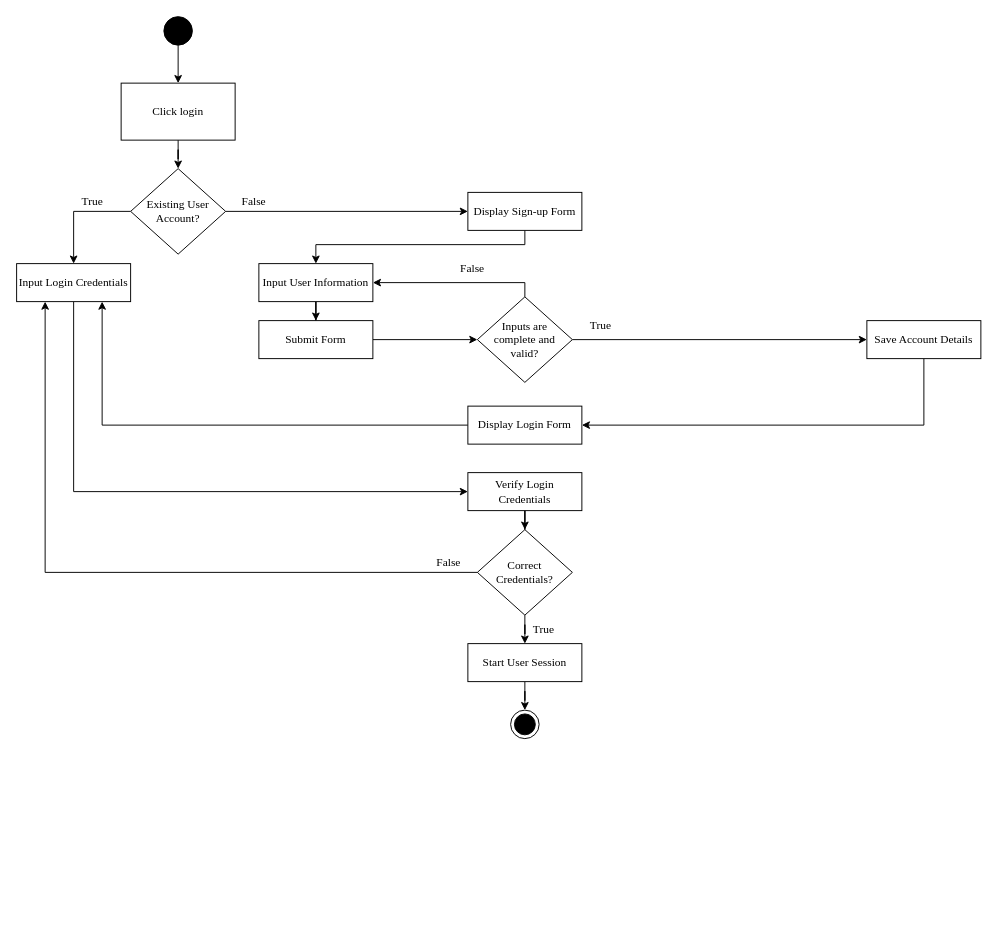
Above: page "AccountLoginCreation" (5 of 13) of ConnexUs_Chap3.drawio in gvillanueva01/ConnexUs_diagrams (draw.io), before the change. Source tidied: cells renumbered, new cells numbered last; positions are measured from the earlier drawing's top-left corner, leaving out a move shared by most shapes. Both pictures are drawn from the tidied source at 95%, with x=0, y=0 at pixel (16, 16).
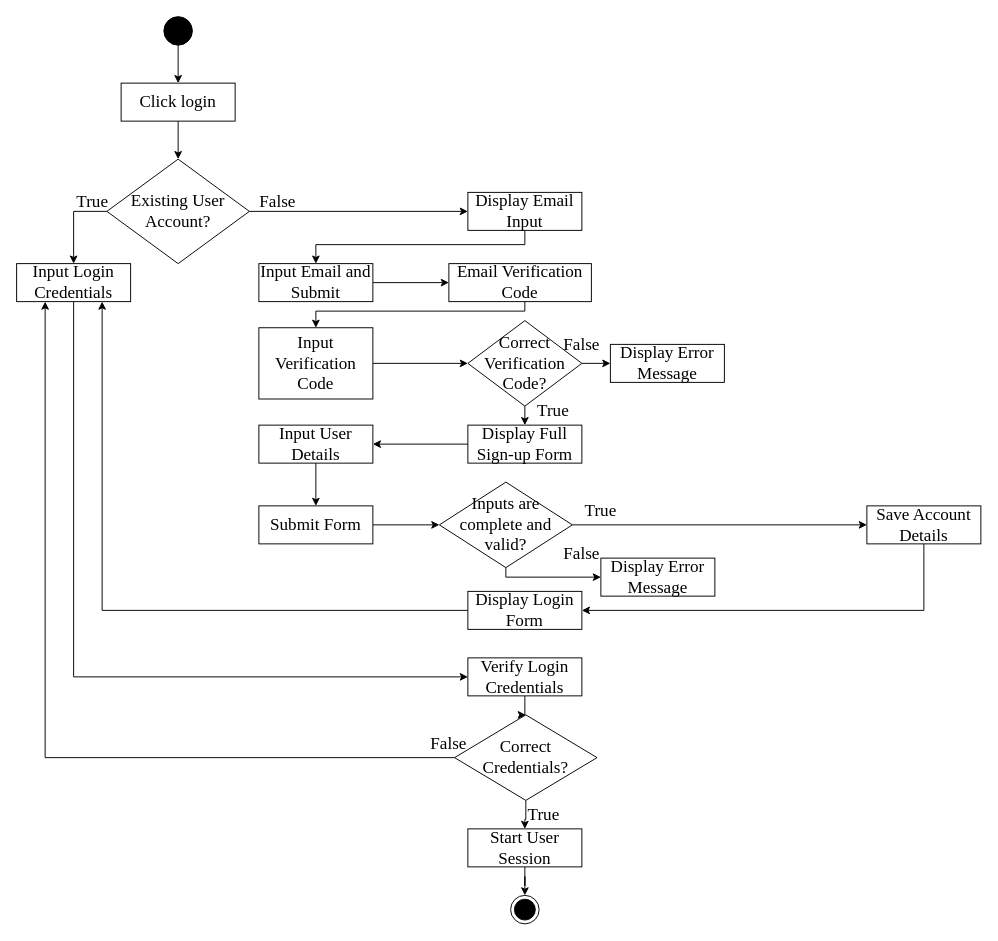
The same diagram, later.

Change to the diagram source:
```diff
@@
-    <mxCell id="2" style="edgeStyle=orthogonalEdgeStyle;rounded=0;jettySize=auto;html=1;entryX=0.5;entryY=0;entryDx=0;entryDy=0;" parent="1" edge="1" source="3" target="5">
+    <mxCell id="2" style="edgeStyle=orthogonalEdgeStyle;rounded=0;jettySize=auto;html=1;entryX=0.5;entryY=0;entryDx=0;entryDy=0;fontSize=18;" parent="1" edge="1" source="3" target="5">
       <mxGeometry relative="1" as="geometry" />
     </mxCell>
-    <mxCell id="3" style="ellipse;fillColor=strokeColor;html=1;" parent="1" vertex="1">
+    <mxCell id="3" style="ellipse;fillColor=strokeColor;html=1;fontSize=18;" parent="1" vertex="1">
       <mxGeometry x="155" width="30" height="30" as="geometry" />
     </mxCell>
-    <mxCell id="4" style="edgeStyle=orthogonalEdgeStyle;rounded=0;jettySize=auto;html=1;entryX=0.5;entryY=0;entryDx=0;entryDy=0;" parent="1" edge="1" source="5" target="13">
+    <mxCell id="4" style="edgeStyle=orthogonalEdgeStyle;rounded=0;jettySize=auto;html=1;entryX=0.5;entryY=0;entryDx=0;entryDy=0;fontSize=18;" parent="1" edge="1" source="5" target="13">
       <mxGeometry relative="1" as="geometry" />
     </mxCell>
-    <mxCell id="5" value="Click login" style="rounded=0;whiteSpace=wrap;html=1;fontFamily=Times New Roman;" parent="1" vertex="1">
-      <mxGeometry x="110" y="70" width="120" height="60" as="geometry" />
+    <mxCell id="5" value="Click login" style="rounded=0;whiteSpace=wrap;html=1;fontFamily=Times New Roman;fontSize=18;" parent="1" vertex="1">
+      <mxGeometry x="110" y="70" width="120" height="40" as="geometry" />
     </mxCell>
-    <mxCell id="6" style="edgeStyle=orthogonalEdgeStyle;rounded=0;jettySize=auto;html=1;entryX=1;entryY=0.5;entryDx=0;entryDy=0;" parent="1" edge="1" source="7" target="30">
+    <mxCell id="6" style="edgeStyle=orthogonalEdgeStyle;rounded=0;jettySize=auto;html=1;entryX=1;entryY=0.5;entryDx=0;entryDy=0;fontSize=18;" parent="1" edge="1" source="7" target="30">
       <mxGeometry relative="1" as="geometry">
         <Array as="points">
-          <mxPoint x="955" y="430" />
+          <mxPoint x="955" y="625" />
         </Array>
       </mxGeometry>
     </mxCell>
-    <mxCell id="7" value="Save Account Details" style="rounded=0;whiteSpace=wrap;html=1;fontFamily=Times New Roman;" parent="1" vertex="1">
-      <mxGeometry x="895" y="320" width="120" height="40" as="geometry" />
+    <mxCell id="7" value="Save Account Details" style="rounded=0;whiteSpace=wrap;html=1;fontFamily=Times New Roman;fontSize=18;" parent="1" vertex="1">
+      <mxGeometry x="895" y="515" width="120" height="40" as="geometry" />
     </mxCell>
-    <mxCell id="8" style="edgeStyle=orthogonalEdgeStyle;rounded=0;jettySize=auto;html=1;entryX=0.25;entryY=1;entryDx=0;entryDy=0;" parent="1" edge="1" source="10" target="17">
+    <mxCell id="8" style="edgeStyle=orthogonalEdgeStyle;rounded=0;jettySize=auto;html=1;entryX=0.25;entryY=1;entryDx=0;entryDy=0;fontSize=18;" parent="1" edge="1" source="10" target="17">
       <mxGeometry relative="1" as="geometry" />
     </mxCell>
-    <mxCell id="9" style="edgeStyle=orthogonalEdgeStyle;rounded=0;jettySize=auto;html=1;entryX=0.5;entryY=0;entryDx=0;entryDy=0;" parent="1" edge="1" source="10" target="21">
+    <mxCell id="9" style="edgeStyle=orthogonalEdgeStyle;rounded=0;jettySize=auto;html=1;entryX=0.5;entryY=0;entryDx=0;entryDy=0;fontSize=18;" parent="1" edge="1" source="10" target="21">
       <mxGeometry relative="1" as="geometry" />
     </mxCell>
-    <mxCell id="10" value="&lt;font face=&quot;Times New Roman&quot;&gt;Correct Credentials?&lt;/font&gt;" style="shape=rhombus;html=1;dashed=0;whiteSpace=wrap;perimeter=rhombusPerimeter;" parent="1" vertex="1">
-      <mxGeometry x="485" y="540" width="100" height="90" as="geometry" />
+    <mxCell id="10" value="&lt;font face=&quot;Times New Roman&quot; style=&quot;font-size: 18px;&quot;&gt;Correct Credentials?&lt;/font&gt;" style="shape=rhombus;html=1;dashed=0;whiteSpace=wrap;perimeter=rhombusPerimeter;fontSize=18;" parent="1" vertex="1">
+      <mxGeometry x="461" y="735" width="150" height="90" as="geometry" />
     </mxCell>
-    <mxCell id="11" style="edgeStyle=orthogonalEdgeStyle;rounded=0;jettySize=auto;html=1;exitX=0;exitY=0.5;exitDx=0;exitDy=0;" parent="1" edge="1" source="13" target="17">
+    <mxCell id="11" style="edgeStyle=orthogonalEdgeStyle;rounded=0;jettySize=auto;html=1;exitX=0;exitY=0.5;exitDx=0;exitDy=0;fontSize=18;" parent="1" edge="1" source="13" target="17">
       <mxGeometry relative="1" as="geometry" />
     </mxCell>
-    <mxCell id="12" style="edgeStyle=orthogonalEdgeStyle;rounded=0;jettySize=auto;html=1;" parent="1" edge="1" source="13" target="15">
+    <mxCell id="12" style="edgeStyle=orthogonalEdgeStyle;rounded=0;jettySize=auto;html=1;fontSize=18;" parent="1" edge="1" source="13" target="15">
       <mxGeometry relative="1" as="geometry" />
     </mxCell>
-    <mxCell id="13" value="&lt;font face=&quot;Times New Roman&quot;&gt;Existing User Account?&lt;/font&gt;" style="shape=rhombus;html=1;dashed=0;whiteSpace=wrap;perimeter=rhombusPerimeter;" parent="1" vertex="1">
-      <mxGeometry x="120" y="160" width="100" height="90" as="geometry" />
+    <mxCell id="13" value="&lt;font face=&quot;Times New Roman&quot; style=&quot;font-size: 18px;&quot;&gt;Existing User Account?&lt;/font&gt;" style="shape=rhombus;html=1;dashed=0;whiteSpace=wrap;perimeter=rhombusPerimeter;fontSize=18;" parent="1" vertex="1">
+      <mxGeometry x="95" y="150" width="150" height="110" as="geometry" />
     </mxCell>
-    <mxCell id="14" style="edgeStyle=orthogonalEdgeStyle;rounded=0;jettySize=auto;html=1;entryX=0.5;entryY=0;entryDx=0;entryDy=0;" parent="1" edge="1" source="15" target="26">
+    <mxCell id="14" style="edgeStyle=orthogonalEdgeStyle;rounded=0;jettySize=auto;html=1;entryX=0.5;entryY=0;entryDx=0;entryDy=0;fontSize=18;" parent="1" edge="1" source="15" target="26">
       <mxGeometry relative="1" as="geometry">
         <Array as="points">
           <mxPoint x="535" y="240" />
           <mxPoint x="315" y="240" />
         </Array>
       </mxGeometry>
     </mxCell>
-    <mxCell id="15" value="Display Sign-up Form" style="rounded=0;whiteSpace=wrap;html=1;fontFamily=Times New Roman;" parent="1" vertex="1">
+    <mxCell id="15" value="Display Email Input" style="rounded=0;whiteSpace=wrap;html=1;fontFamily=Times New Roman;fontSize=18;" parent="1" vertex="1">
       <mxGeometry x="475" y="185" width="120" height="40" as="geometry" />
     </mxCell>
-    <mxCell id="16" style="edgeStyle=orthogonalEdgeStyle;rounded=0;jettySize=auto;html=1;entryX=0;entryY=0.5;entryDx=0;entryDy=0;" parent="1" edge="1" source="17" target="19">
+    <mxCell id="16" style="edgeStyle=orthogonalEdgeStyle;rounded=0;jettySize=auto;html=1;entryX=0;entryY=0.5;entryDx=0;entryDy=0;fontSize=18;" parent="1" edge="1" source="17" target="19">
       <mxGeometry relative="1" as="geometry">
         <Array as="points">
-          <mxPoint x="60" y="500" />
+          <mxPoint x="60" y="695" />
         </Array>
       </mxGeometry>
     </mxCell>
-    <mxCell id="17" value="Input Login Credentials" style="rounded=0;whiteSpace=wrap;html=1;fontFamily=Times New Roman;" parent="1" vertex="1">
+    <mxCell id="17" value="Input Login Credentials" style="rounded=0;whiteSpace=wrap;html=1;fontFamily=Times New Roman;fontSize=18;" parent="1" vertex="1">
       <mxGeometry y="260" width="120" height="40" as="geometry" />
     </mxCell>
-    <mxCell id="18" style="edgeStyle=orthogonalEdgeStyle;rounded=0;jettySize=auto;html=1;entryX=0.5;entryY=0;entryDx=0;entryDy=0;" parent="1" edge="1" source="19" target="10">
+    <mxCell id="18" style="edgeStyle=orthogonalEdgeStyle;rounded=0;jettySize=auto;html=1;entryX=0.5;entryY=0;entryDx=0;entryDy=0;fontSize=18;" parent="1" edge="1" source="19" target="10">
       <mxGeometry relative="1" as="geometry" />
     </mxCell>
-    <mxCell id="19" value="Verify Login Credentials" style="rounded=0;whiteSpace=wrap;html=1;fontFamily=Times New Roman;" parent="1" vertex="1">
-      <mxGeometry x="475" y="480" width="120" height="40" as="geometry" />
+    <mxCell id="19" value="Verify Login Credentials" style="rounded=0;whiteSpace=wrap;html=1;fontFamily=Times New Roman;fontSize=18;" parent="1" vertex="1">
+      <mxGeometry x="475" y="675" width="120" height="40" as="geometry" />
     </mxCell>
-    <mxCell id="20" style="edgeStyle=orthogonalEdgeStyle;rounded=0;jettySize=auto;html=1;" parent="1" edge="1" source="21" target="31">
+    <mxCell id="20" style="edgeStyle=orthogonalEdgeStyle;rounded=0;jettySize=auto;html=1;fontSize=18;" parent="1" edge="1" source="21" target="31">
       <mxGeometry relative="1" as="geometry" />
     </mxCell>
-    <mxCell id="21" value="Start User Session" style="rounded=0;whiteSpace=wrap;html=1;fontFamily=Times New Roman;" parent="1" vertex="1">
-      <mxGeometry x="475" y="660" width="120" height="40" as="geometry" />
+    <mxCell id="21" value="Start User Session" style="rounded=0;whiteSpace=wrap;html=1;fontFamily=Times New Roman;fontSize=18;" parent="1" vertex="1">
+      <mxGeometry x="475" y="855" width="120" height="40" as="geometry" />
     </mxCell>
-    <mxCell id="22" style="edgeStyle=orthogonalEdgeStyle;rounded=0;jettySize=auto;html=1;entryX=1;entryY=0.5;entryDx=0;entryDy=0;" parent="1" edge="1" source="24" target="26">
-      <mxGeometry relative="1" as="geometry">
-        <Array as="points">
-          <mxPoint x="535" y="280" />
-        </Array>
-      </mxGeometry>
-    </mxCell>
-    <mxCell id="23" style="edgeStyle=orthogonalEdgeStyle;rounded=0;jettySize=auto;html=1;entryX=0;entryY=0.5;entryDx=0;entryDy=0;" parent="1" edge="1" source="24" target="7">
+    <mxCell id="23" style="edgeStyle=orthogonalEdgeStyle;rounded=0;jettySize=auto;html=1;entryX=0;entryY=0.5;entryDx=0;entryDy=0;fontSize=18;" parent="1" edge="1" source="24" target="7">
       <mxGeometry relative="1" as="geometry" />
     </mxCell>
+    <mxCell id="38" style="edgeStyle=orthogonalEdgeStyle;rounded=0;jettySize=auto;html=1;exitX=0.5;exitY=1;exitDx=0;exitDy=0;entryX=0;entryY=0.5;entryDx=0;entryDy=0;fontSize=18;" parent="1" edge="1" source="24" target="55">
+      <mxGeometry relative="1" as="geometry">
+        <Array as="points">
+          <mxPoint x="535" y="590" />
+          <mxPoint x="615" y="590" />
+        </Array>
+      </mxGeometry>
+    </mxCell>
-    <mxCell id="24" value="&lt;font face=&quot;Times New Roman&quot;&gt;Inputs are&lt;br&gt;complete and &lt;br&gt;valid?&lt;/font&gt;" style="shape=rhombus;html=1;dashed=0;whiteSpace=wrap;perimeter=rhombusPerimeter;" parent="1" vertex="1">
-      <mxGeometry x="485" y="295" width="100" height="90" as="geometry" />
+    <mxCell id="24" value="&lt;font face=&quot;Times New Roman&quot; style=&quot;font-size: 18px;&quot;&gt;Inputs are&lt;br style=&quot;font-size: 18px;&quot;&gt;complete and &lt;br style=&quot;font-size: 18px;&quot;&gt;valid?&lt;/font&gt;" style="shape=rhombus;html=1;dashed=0;whiteSpace=wrap;perimeter=rhombusPerimeter;fontSize=18;" parent="1" vertex="1">
+      <mxGeometry x="445" y="490" width="140" height="90" as="geometry" />
     </mxCell>
-    <mxCell id="25" style="edgeStyle=orthogonalEdgeStyle;rounded=0;jettySize=auto;html=1;" parent="1" edge="1" source="26" target="28">
-      <mxGeometry relative="1" as="geometry" />
-    </mxCell>
+    <mxCell id="39" style="edgeStyle=orthogonalEdgeStyle;rounded=0;jettySize=auto;html=1;entryX=0;entryY=0.5;entryDx=0;entryDy=0;fontSize=18;" parent="1" edge="1" source="26" target="41">
+      <mxGeometry relative="1" as="geometry" />
+    </mxCell>
-    <mxCell id="26" value="Input User Information" style="rounded=0;whiteSpace=wrap;html=1;fontFamily=Times New Roman;" parent="1" vertex="1">
+    <mxCell id="26" value="Input Email and Submit" style="rounded=0;whiteSpace=wrap;html=1;fontFamily=Times New Roman;fontSize=18;" parent="1" vertex="1">
       <mxGeometry x="255" y="260" width="120" height="40" as="geometry" />
     </mxCell>
-    <mxCell id="27" style="edgeStyle=orthogonalEdgeStyle;rounded=0;jettySize=auto;html=1;entryX=0;entryY=0.5;entryDx=0;entryDy=0;" parent="1" edge="1" source="28" target="24">
+    <mxCell id="27" style="edgeStyle=orthogonalEdgeStyle;rounded=0;jettySize=auto;html=1;entryX=0;entryY=0.5;entryDx=0;entryDy=0;fontSize=18;" parent="1" edge="1" source="28" target="24">
       <mxGeometry relative="1" as="geometry" />
     </mxCell>
-    <mxCell id="28" value="Submit Form" style="rounded=0;whiteSpace=wrap;html=1;fontFamily=Times New Roman;" parent="1" vertex="1">
-      <mxGeometry x="255" y="320" width="120" height="40" as="geometry" />
+    <mxCell id="28" value="Submit Form" style="rounded=0;whiteSpace=wrap;html=1;fontFamily=Times New Roman;fontSize=18;" parent="1" vertex="1">
+      <mxGeometry x="255" y="515" width="120" height="40" as="geometry" />
     </mxCell>
-    <mxCell id="29" style="edgeStyle=orthogonalEdgeStyle;rounded=0;jettySize=auto;html=1;entryX=0.75;entryY=1;entryDx=0;entryDy=0;" parent="1" edge="1" source="30" target="17">
+    <mxCell id="29" style="edgeStyle=orthogonalEdgeStyle;rounded=0;jettySize=auto;html=1;entryX=0.75;entryY=1;entryDx=0;entryDy=0;fontSize=18;" parent="1" edge="1" source="30" target="17">
       <mxGeometry relative="1" as="geometry" />
     </mxCell>
-    <mxCell id="30" value="Display Login Form" style="rounded=0;whiteSpace=wrap;html=1;fontFamily=Times New Roman;" parent="1" vertex="1">
-      <mxGeometry x="475" y="410" width="120" height="40" as="geometry" />
+    <mxCell id="30" value="Display Login Form" style="rounded=0;whiteSpace=wrap;html=1;fontFamily=Times New Roman;fontSize=18;" parent="1" vertex="1">
+      <mxGeometry x="475" y="605" width="120" height="40" as="geometry" />
     </mxCell>
-    <mxCell id="31" style="ellipse;html=1;shape=endState;fillColor=strokeColor;" parent="1" vertex="1">
-      <mxGeometry x="520" y="730" width="30" height="30" as="geometry" />
+    <mxCell id="31" style="ellipse;html=1;shape=endState;fillColor=strokeColor;fontSize=18;" parent="1" vertex="1">
+      <mxGeometry x="520" y="925" width="30" height="30" as="geometry" />
     </mxCell>
-    <mxCell id="32" value="False" style="text;html=1;strokeColor=none;fillColor=none;align=center;verticalAlign=middle;whiteSpace=wrap;rounded=0;fontFamily=Times New Roman;" parent="1" vertex="1">
-      <mxGeometry x="220" y="180" width="60" height="30" as="geometry" />
+    <mxCell id="32" value="False" style="text;html=1;strokeColor=none;fillColor=none;align=center;verticalAlign=middle;whiteSpace=wrap;rounded=0;fontFamily=Times New Roman;fontSize=18;" parent="1" vertex="1">
+      <mxGeometry x="245" y="180" width="60" height="30" as="geometry" />
     </mxCell>
-    <mxCell id="33" value="True" style="text;html=1;strokeColor=none;fillColor=none;align=center;verticalAlign=middle;whiteSpace=wrap;rounded=0;fontFamily=Times New Roman;" parent="1" vertex="1">
+    <mxCell id="33" value="True" style="text;html=1;strokeColor=none;fillColor=none;align=center;verticalAlign=middle;whiteSpace=wrap;rounded=0;fontFamily=Times New Roman;fontSize=18;" parent="1" vertex="1">
       <mxGeometry x="50" y="180" width="60" height="30" as="geometry" />
     </mxCell>
-    <mxCell id="34" value="False" style="text;html=1;strokeColor=none;fillColor=none;align=center;verticalAlign=middle;whiteSpace=wrap;rounded=0;fontFamily=Times New Roman;" parent="1" vertex="1">
-      <mxGeometry x="450" y="250" width="60" height="30" as="geometry" />
-    </mxCell>
-    <mxCell id="35" value="True" style="text;html=1;strokeColor=none;fillColor=none;align=center;verticalAlign=middle;whiteSpace=wrap;rounded=0;fontFamily=Times New Roman;" parent="1" vertex="1">
-      <mxGeometry x="585" y="310" width="60" height="30" as="geometry" />
+    <mxCell id="35" value="True" style="text;html=1;strokeColor=none;fillColor=none;align=center;verticalAlign=middle;whiteSpace=wrap;rounded=0;fontFamily=Times New Roman;fontSize=18;" parent="1" vertex="1">
+      <mxGeometry x="585" y="505" width="60" height="30" as="geometry" />
     </mxCell>
-    <mxCell id="36" value="True" style="text;html=1;strokeColor=none;fillColor=none;align=center;verticalAlign=middle;whiteSpace=wrap;rounded=0;fontFamily=Times New Roman;" parent="1" vertex="1">
-      <mxGeometry x="525" y="630" width="60" height="30" as="geometry" />
+    <mxCell id="36" value="True" style="text;html=1;strokeColor=none;fillColor=none;align=center;verticalAlign=middle;whiteSpace=wrap;rounded=0;fontFamily=Times New Roman;fontSize=18;" parent="1" vertex="1">
+      <mxGeometry x="525" y="825" width="60" height="30" as="geometry" />
     </mxCell>
-    <mxCell id="37" value="False" style="text;html=1;strokeColor=none;fillColor=none;align=center;verticalAlign=middle;whiteSpace=wrap;rounded=0;fontFamily=Times New Roman;" parent="1" vertex="1">
-      <mxGeometry x="425" y="560" width="60" height="30" as="geometry" />
+    <mxCell id="37" value="False" style="text;html=1;strokeColor=none;fillColor=none;align=center;verticalAlign=middle;whiteSpace=wrap;rounded=0;fontFamily=Times New Roman;fontSize=18;" parent="1" vertex="1">
+      <mxGeometry x="565" y="330" width="60" height="30" as="geometry" />
     </mxCell>
+    <mxCell id="40" style="edgeStyle=orthogonalEdgeStyle;rounded=0;jettySize=auto;html=1;entryX=0.5;entryY=0;entryDx=0;entryDy=0;fontSize=18;" parent="1" edge="1" source="41" target="48">
+      <mxGeometry relative="1" as="geometry">
+        <Array as="points">
+          <mxPoint x="535" y="310" />
+          <mxPoint x="315" y="310" />
+        </Array>
+      </mxGeometry>
+    </mxCell>
+    <mxCell id="41" value="Email Verification Code" style="rounded=0;whiteSpace=wrap;html=1;fontFamily=Times New Roman;fontSize=18;" parent="1" vertex="1">
+      <mxGeometry x="455" y="260" width="150" height="40" as="geometry" />
+    </mxCell>
+    <mxCell id="42" style="edgeStyle=orthogonalEdgeStyle;rounded=0;jettySize=auto;html=1;exitX=0.5;exitY=1;exitDx=0;exitDy=0;entryX=0.5;entryY=0;entryDx=0;entryDy=0;fontSize=18;" parent="1" edge="1" source="44" target="46">
+      <mxGeometry relative="1" as="geometry" />
+    </mxCell>
+    <mxCell id="43" style="edgeStyle=orthogonalEdgeStyle;rounded=0;jettySize=auto;html=1;exitX=1;exitY=0.5;exitDx=0;exitDy=0;entryX=0;entryY=0.5;entryDx=0;entryDy=0;fontSize=18;" parent="1" edge="1" source="44" target="50">
+      <mxGeometry relative="1" as="geometry" />
+    </mxCell>
+    <mxCell id="44" value="&lt;font face=&quot;Times New Roman&quot; style=&quot;font-size: 18px;&quot;&gt;Correct Verification Code?&lt;/font&gt;" style="shape=rhombus;html=1;dashed=0;whiteSpace=wrap;perimeter=rhombusPerimeter;fontSize=18;" parent="1" vertex="1">
+      <mxGeometry x="475" y="320" width="120" height="90" as="geometry" />
+    </mxCell>
+    <mxCell id="45" style="edgeStyle=orthogonalEdgeStyle;rounded=0;jettySize=auto;html=1;entryX=1;entryY=0.5;entryDx=0;entryDy=0;fontSize=18;" parent="1" edge="1" source="46" target="53">
+      <mxGeometry relative="1" as="geometry" />
+    </mxCell>
+    <mxCell id="46" value="Display Full Sign-up Form" style="rounded=0;whiteSpace=wrap;html=1;fontFamily=Times New Roman;fontSize=18;" parent="1" vertex="1">
+      <mxGeometry x="475" y="430" width="120" height="40" as="geometry" />
+    </mxCell>
+    <mxCell id="47" style="edgeStyle=orthogonalEdgeStyle;rounded=0;jettySize=auto;html=1;fontSize=18;" parent="1" edge="1" source="48" target="44">
+      <mxGeometry relative="1" as="geometry" />
+    </mxCell>
+    <mxCell id="48" value="Input Verification Code" style="rounded=0;whiteSpace=wrap;html=1;fontFamily=Times New Roman;fontSize=18;" parent="1" vertex="1">
+      <mxGeometry x="255" y="327.5" width="120" height="75" as="geometry" />
+    </mxCell>
+    <mxCell id="49" value="True" style="text;html=1;strokeColor=none;fillColor=none;align=center;verticalAlign=middle;whiteSpace=wrap;rounded=0;fontFamily=Times New Roman;fontSize=18;" parent="1" vertex="1">
+      <mxGeometry x="535" y="400" width="60" height="30" as="geometry" />
+    </mxCell>
+    <mxCell id="50" value="Display Error Message" style="rounded=0;whiteSpace=wrap;html=1;fontFamily=Times New Roman;fontSize=18;" parent="1" vertex="1">
+      <mxGeometry x="625" y="345" width="120" height="40" as="geometry" />
+    </mxCell>
+    <mxCell id="51" value="False" style="text;html=1;strokeColor=none;fillColor=none;align=center;verticalAlign=middle;whiteSpace=wrap;rounded=0;fontFamily=Times New Roman;fontSize=18;" parent="1" vertex="1">
+      <mxGeometry x="425" y="750" width="60" height="30" as="geometry" />
+    </mxCell>
+    <mxCell id="52" style="edgeStyle=orthogonalEdgeStyle;rounded=0;jettySize=auto;html=1;fontSize=18;" parent="1" edge="1" source="53" target="28">
+      <mxGeometry relative="1" as="geometry" />
+    </mxCell>
+    <mxCell id="53" value="Input User Details" style="rounded=0;whiteSpace=wrap;html=1;fontFamily=Times New Roman;fontSize=18;" parent="1" vertex="1">
+      <mxGeometry x="255" y="430" width="120" height="40" as="geometry" />
+    </mxCell>
+    <mxCell id="54" value="False" style="text;html=1;strokeColor=none;fillColor=none;align=center;verticalAlign=middle;whiteSpace=wrap;rounded=0;fontFamily=Times New Roman;fontSize=18;" parent="1" vertex="1">
+      <mxGeometry x="565" y="550" width="60" height="30" as="geometry" />
+    </mxCell>
+    <mxCell id="55" value="Display Error Message" style="rounded=0;whiteSpace=wrap;html=1;fontFamily=Times New Roman;fontSize=18;" parent="1" vertex="1">
+      <mxGeometry x="615" y="570" width="120" height="40" as="geometry" />
+    </mxCell>
```
